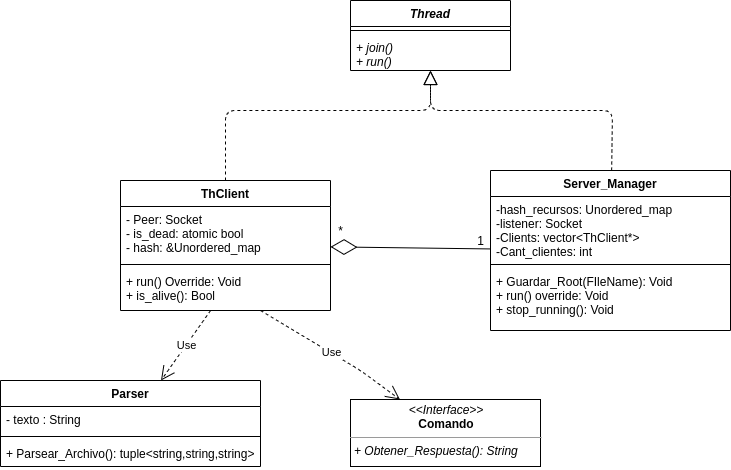
Before: DiagClases1.png, a diagram exported from draw.io (DamianGanopolsky/Taller-Pages). Source tidied: cells renumbered, new cells last; positions are measured from the earlier drawing's top-left corner, leaving out a move shared by most shapes. Source of this version:
```xml
<mxGraphModel>
  <root>
    <mxCell id="0" />
    <mxCell id="1" parent="0" />
    <mxCell id="2" value="Server_Manager&#10;" style="swimlane;fontStyle=1;align=center;verticalAlign=top;horizontal=1;startSize=26;" parent="1" vertex="1">
      <mxGeometry x="490" y="170" width="240" height="160" as="geometry" />
    </mxCell>
    <mxCell id="3" value="-hash_recursos: Unordered_map&#10;-listener: Socket&#10;-Clients: vector&lt;ThClient*&gt;&#10;-Cant_clientes: int" style="text;strokeColor=none;fillColor=none;align=left;verticalAlign=top;spacingLeft=4;spacingRight=4;overflow=hidden;" parent="2" vertex="1">
      <mxGeometry y="26" width="240" height="64" as="geometry" />
    </mxCell>
    <mxCell id="4" style="line;strokeWidth=1;fillColor=none;align=left;verticalAlign=middle;spacingTop=-1;spacingLeft=3;spacingRight=3;labelPosition=right;" parent="2" vertex="1">
      <mxGeometry y="90" width="240" height="8" as="geometry" />
    </mxCell>
    <mxCell id="5" value="+ Guardar_Root(FIleName): Void&#10;+ run() override: Void&#10;+ stop_running(): Void" style="text;strokeColor=none;fillColor=none;align=left;verticalAlign=top;spacingLeft=4;spacingRight=4;overflow=hidden;" parent="2" vertex="1">
      <mxGeometry y="98" width="240" height="62" as="geometry" />
    </mxCell>
    <mxCell id="6" value="ThClient" style="swimlane;fontStyle=1;align=center;verticalAlign=top;horizontal=1;startSize=26;" parent="1" vertex="1">
      <mxGeometry x="120" y="180" width="210" height="130" as="geometry" />
    </mxCell>
    <mxCell id="7" value="- Peer: Socket&#10;- is_dead: atomic bool&#10;- hash: &amp;Unordered_map" style="text;strokeColor=none;fillColor=none;align=left;verticalAlign=top;spacingLeft=4;spacingRight=4;overflow=hidden;" parent="6" vertex="1">
      <mxGeometry y="26" width="210" height="54" as="geometry" />
    </mxCell>
    <mxCell id="8" style="line;strokeWidth=1;fillColor=none;align=left;verticalAlign=middle;spacingTop=-1;spacingLeft=3;spacingRight=3;labelPosition=right;" parent="6" vertex="1">
      <mxGeometry y="80" width="210" height="8" as="geometry" />
    </mxCell>
    <mxCell id="9" value="+ run() Override: Void&#10;+ is_alive(): Bool" style="text;strokeColor=none;fillColor=none;align=left;verticalAlign=top;spacingLeft=4;spacingRight=4;overflow=hidden;points=[[0,0.5],[1,0.5]];portConstraint=eastwest;" parent="6" vertex="1">
      <mxGeometry y="88" width="210" height="42" as="geometry" />
    </mxCell>
    <mxCell id="10" value="Parser&#10;" style="swimlane;fontStyle=1;align=center;verticalAlign=top;horizontal=1;startSize=26;" parent="1" vertex="1">
      <mxGeometry y="380" width="260" height="86" as="geometry" />
    </mxCell>
    <mxCell id="11" value="- texto : String" style="text;strokeColor=none;fillColor=none;align=left;verticalAlign=top;spacingLeft=4;spacingRight=4;overflow=hidden;" parent="10" vertex="1">
      <mxGeometry y="26" width="260" height="26" as="geometry" />
    </mxCell>
    <mxCell id="12" style="line;strokeWidth=1;fillColor=none;align=left;verticalAlign=middle;spacingTop=-1;spacingLeft=3;spacingRight=3;labelPosition=right;" parent="10" vertex="1">
      <mxGeometry y="52" width="260" height="8" as="geometry" />
    </mxCell>
    <mxCell id="13" value="+ Parsear_Archivo(): tuple&lt;string,string,string&gt;" style="text;strokeColor=none;fillColor=none;align=left;verticalAlign=top;spacingLeft=4;spacingRight=4;overflow=hidden;" parent="10" vertex="1">
      <mxGeometry y="60" width="260" height="26" as="geometry" />
    </mxCell>
    <mxCell id="14" value="&lt;p style=&quot;margin: 0px ; margin-top: 4px ; text-align: center&quot;&gt;&lt;i&gt;&amp;lt;&amp;lt;Interface&amp;gt;&amp;gt;&lt;/i&gt;&lt;br&gt;&lt;b&gt;Comando&lt;/b&gt;&lt;/p&gt;&lt;hr size=&quot;1&quot;&gt;&lt;p style=&quot;margin: 0px ; margin-left: 4px&quot;&gt;&lt;i&gt;+ Obtener_Respuesta(): String&lt;/i&gt;&lt;/p&gt;" style="verticalAlign=top;align=left;overflow=fill;fontSize=12;fontFamily=Helvetica;html=1;" parent="1" vertex="1">
      <mxGeometry x="350" y="399" width="190" height="67" as="geometry" />
    </mxCell>
    <mxCell id="15" value="Thread" style="swimlane;fontStyle=3;align=center;verticalAlign=top;horizontal=1;startSize=26;" parent="1" vertex="1">
      <mxGeometry x="350" width="160" height="70" as="geometry" />
    </mxCell>
    <mxCell id="16" style="line;strokeWidth=1;fillColor=none;align=left;verticalAlign=middle;spacingTop=-1;spacingLeft=3;spacingRight=3;labelPosition=right;" parent="15" vertex="1">
      <mxGeometry y="26" width="160" height="8" as="geometry" />
    </mxCell>
    <mxCell id="17" value="+ join()&#10;+ run()" style="text;strokeColor=none;fillColor=none;align=left;verticalAlign=top;spacingLeft=4;spacingRight=4;overflow=hidden;fontStyle=2;" parent="15" vertex="1">
      <mxGeometry y="34" width="160" height="36" as="geometry" />
    </mxCell>
    <mxCell id="18" style="endArrow=block;dashed=1;endFill=0;endSize=12;html=1;" parent="1" edge="1" source="6" target="15">
      <mxGeometry relative="1" as="geometry">
        <Array as="points">
          <mxPoint x="225" y="110" />
          <mxPoint x="430" y="110" />
        </Array>
      </mxGeometry>
    </mxCell>
    <mxCell id="19" style="endArrow=block;dashed=1;endFill=0;endSize=12;html=1;" parent="1" edge="1" source="2" target="15">
      <mxGeometry relative="1" as="geometry">
        <Array as="points">
          <mxPoint x="612" y="110" />
          <mxPoint x="430" y="110" />
        </Array>
      </mxGeometry>
    </mxCell>
    <mxCell id="20" style="endArrow=diamondThin;endFill=0;endSize=24;html=1;" parent="1" edge="1" source="2" target="6">
      <mxGeometry relative="1" as="geometry" />
    </mxCell>
    <mxCell id="21" value="1" style="text;html=1;align=center;verticalAlign=middle;" parent="1" vertex="1">
      <mxGeometry x="470" y="230" width="20" height="20" as="geometry" />
    </mxCell>
    <mxCell id="22" value="*" style="text;html=1;align=center;verticalAlign=middle;" parent="1" vertex="1">
      <mxGeometry x="330" y="220" width="20" height="20" as="geometry" />
    </mxCell>
    <mxCell id="23" value="Use" style="endArrow=open;endSize=12;dashed=1;html=1;" parent="1" edge="1" source="9" target="10">
      <mxGeometry relative="1" as="geometry" />
    </mxCell>
    <mxCell id="24" value="Use" style="endArrow=open;endSize=12;dashed=1;html=1;" parent="1" edge="1" source="9" target="14">
      <mxGeometry relative="1" as="geometry">
        <Array as="points">
          <mxPoint x="360" y="370" />
        </Array>
      </mxGeometry>
    </mxCell>
  </root>
</mxGraphModel>
```
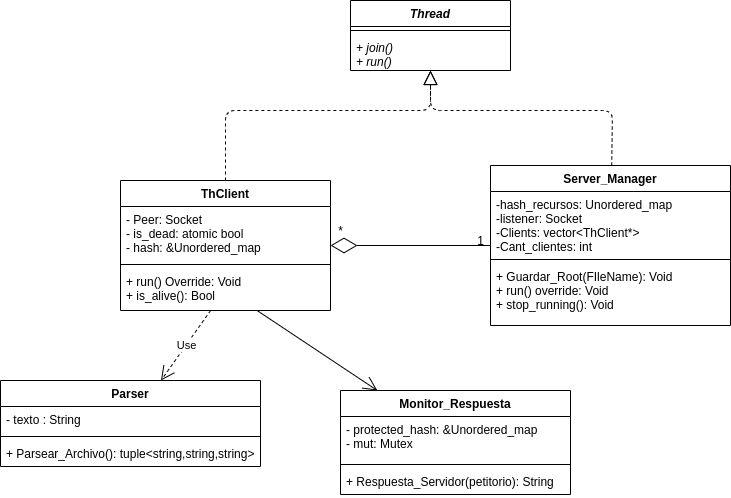
The same diagram one commit later.

Commit message:
Agrego diagramas de clases

Change to the diagram source:
```diff
@@ -3,7 +3,7 @@
     <mxCell id="0" />
     <mxCell id="1" parent="0" />
     <mxCell id="2" value="Server_Manager&#10;" style="swimlane;fontStyle=1;align=center;verticalAlign=top;horizontal=1;startSize=26;" parent="1" vertex="1">
-      <mxGeometry x="490" y="170" width="240" height="160" as="geometry" />
+      <mxGeometry x="490" y="165" width="240" height="160" as="geometry" />
     </mxCell>
     <mxCell id="3" value="-hash_recursos: Unordered_map&#10;-listener: Socket&#10;-Clients: vector&lt;ThClient*&gt;&#10;-Cant_clientes: int" style="text;strokeColor=none;fillColor=none;align=left;verticalAlign=top;spacingLeft=4;spacingRight=4;overflow=hidden;" parent="2" vertex="1">
       <mxGeometry y="26" width="240" height="64" as="geometry" />
@@ -38,9 +38,6 @@
     <mxCell id="13" value="+ Parsear_Archivo(): tuple&lt;string,string,string&gt;" style="text;strokeColor=none;fillColor=none;align=left;verticalAlign=top;spacingLeft=4;spacingRight=4;overflow=hidden;" parent="10" vertex="1">
       <mxGeometry y="60" width="260" height="26" as="geometry" />
     </mxCell>
-    <mxCell id="14" value="&lt;p style=&quot;margin: 0px ; margin-top: 4px ; text-align: center&quot;&gt;&lt;i&gt;&amp;lt;&amp;lt;Interface&amp;gt;&amp;gt;&lt;/i&gt;&lt;br&gt;&lt;b&gt;Comando&lt;/b&gt;&lt;/p&gt;&lt;hr size=&quot;1&quot;&gt;&lt;p style=&quot;margin: 0px ; margin-left: 4px&quot;&gt;&lt;i&gt;+ Obtener_Respuesta(): String&lt;/i&gt;&lt;/p&gt;" style="verticalAlign=top;align=left;overflow=fill;fontSize=12;fontFamily=Helvetica;html=1;" parent="1" vertex="1">
-      <mxGeometry x="350" y="399" width="190" height="67" as="geometry" />
-    </mxCell>
     <mxCell id="15" value="Thread" style="swimlane;fontStyle=3;align=center;verticalAlign=top;horizontal=1;startSize=26;" parent="1" vertex="1">
       <mxGeometry x="350" width="160" height="70" as="geometry" />
     </mxCell>
@@ -78,12 +75,20 @@
     <mxCell id="23" value="Use" style="endArrow=open;endSize=12;dashed=1;html=1;" parent="1" edge="1" source="9" target="10">
       <mxGeometry relative="1" as="geometry" />
     </mxCell>
-    <mxCell id="24" value="Use" style="endArrow=open;endSize=12;dashed=1;html=1;" parent="1" edge="1" source="9" target="14">
-      <mxGeometry relative="1" as="geometry">
-        <Array as="points">
-          <mxPoint x="360" y="370" />
-        </Array>
-      </mxGeometry>
-    </mxCell>
+    <mxCell id="25" value="Monitor_Respuesta" style="swimlane;fontStyle=1;align=center;verticalAlign=top;horizontal=1;startSize=26;" parent="1" vertex="1">
+      <mxGeometry x="340" y="390" width="230" height="104" as="geometry" />
+    </mxCell>
+    <mxCell id="26" value="- protected_hash: &amp;Unordered_map&#10;- mut: Mutex" style="text;strokeColor=none;fillColor=none;align=left;verticalAlign=top;spacingLeft=4;spacingRight=4;overflow=hidden;" parent="25" vertex="1">
+      <mxGeometry y="26" width="230" height="44" as="geometry" />
+    </mxCell>
+    <mxCell id="27" style="line;strokeWidth=1;fillColor=none;align=left;verticalAlign=middle;spacingTop=-1;spacingLeft=3;spacingRight=3;labelPosition=right;" parent="25" vertex="1">
+      <mxGeometry y="70" width="230" height="8" as="geometry" />
+    </mxCell>
+    <mxCell id="28" value="+ Respuesta_Servidor(petitorio): String" style="text;strokeColor=none;fillColor=none;align=left;verticalAlign=top;spacingLeft=4;spacingRight=4;overflow=hidden;" parent="25" vertex="1">
+      <mxGeometry y="78" width="230" height="26" as="geometry" />
+    </mxCell>
+    <mxCell id="29" style="endArrow=open;endFill=1;endSize=12;html=1;" parent="1" edge="1" source="9" target="25">
+      <mxGeometry relative="1" as="geometry" />
+    </mxCell>
   </root>
 </mxGraphModel>
```
